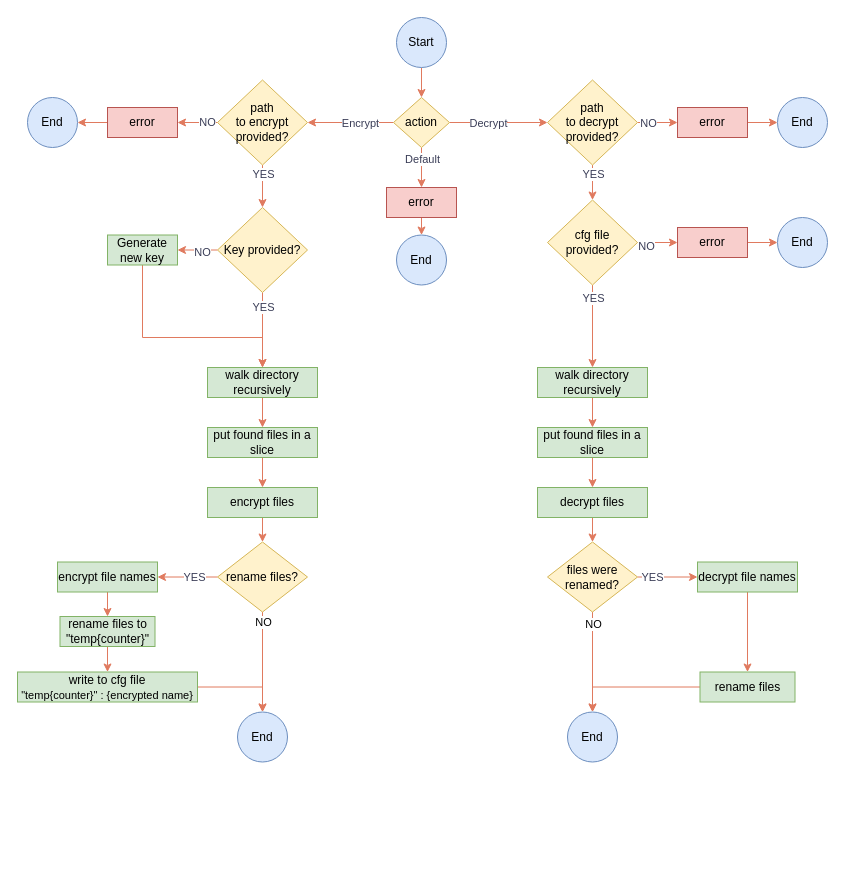
m3gakr4nus/NastySecrets keeps this draw.io diagram as docs/drawio/NastySecrets - Flow Chart.drawio. Above is the earlier version. Source tidied: cells renumbered, new cells numbered last; positions are measured from the earlier drawing's top-left corner, leaving out a move shared by most shapes. Both pictures are drawn from the tidied source at 100%, with x=0, y=0 at pixel (17, 17).
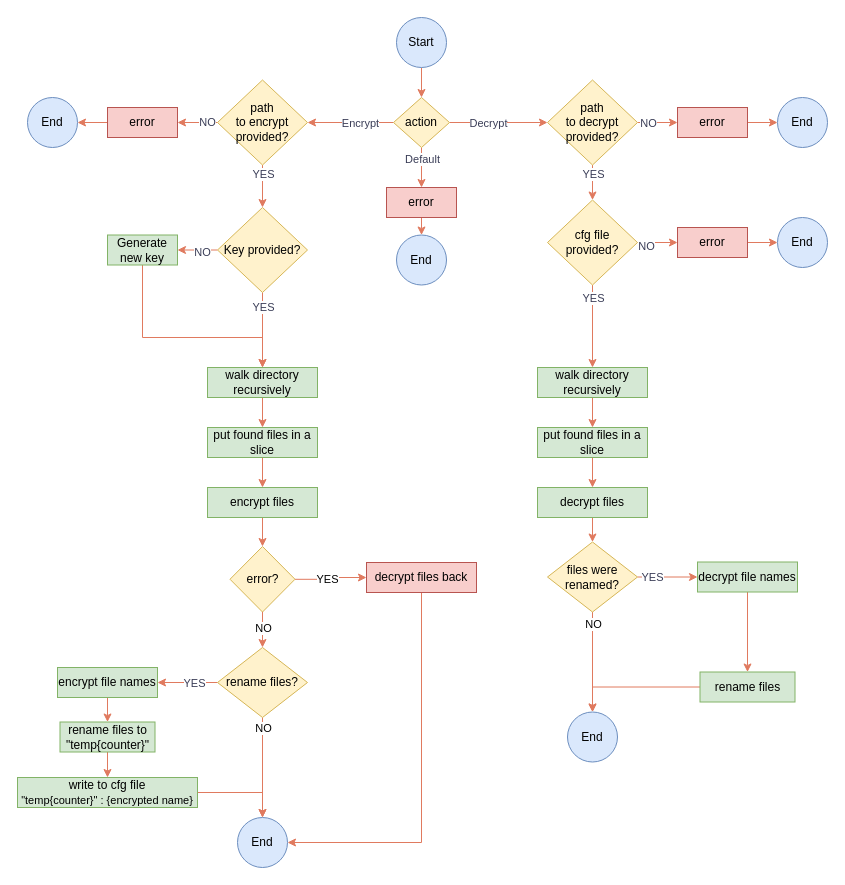
After the change.

Unchanged cells that the change refers to:
```xml
<mxCell id="45" value="encrypt files" style="rounded=0;whiteSpace=wrap;html=1;strokeColor=#82b366;fillColor=#d5e8d4;" parent="1" vertex="1">
  <mxGeometry x="190" y="470" width="110" height="30" as="geometry" />
</mxCell>
```

Change to the diagram source:
```diff
@@
     <mxCell id="37" value="rename files?" style="rhombus;whiteSpace=wrap;html=1;strokeColor=#d6b656;fillColor=#fff2cc;" parent="1" vertex="1">
-      <mxGeometry x="200" y="524.5" width="90" height="70" as="geometry" />
+      <mxGeometry x="200" y="630" width="90" height="70" as="geometry" />
     </mxCell>
@@
     <mxCell id="39" value="encrypt file names" style="rounded=0;whiteSpace=wrap;html=1;strokeColor=#82b366;fillColor=#d5e8d4;" parent="1" vertex="1">
-      <mxGeometry x="40" y="544.5" width="100" height="30" as="geometry" />
+      <mxGeometry x="40" y="650" width="100" height="30" as="geometry" />
     </mxCell>
@@
     <mxCell id="41" value="rename files to &quot;temp{counter}&quot;" style="rounded=0;whiteSpace=wrap;html=1;strokeColor=#82b366;fillColor=#d5e8d4;" parent="1" vertex="1">
-      <mxGeometry x="42.5" y="599" width="95" height="30" as="geometry" />
+      <mxGeometry x="42.5" y="704.5" width="95" height="30" as="geometry" />
     </mxCell>
@@
     <mxCell id="43" value="&lt;div&gt;write to cfg file&lt;/div&gt;&lt;div&gt;&lt;font style=&quot;font-size: 11px;&quot;&gt;&quot;temp{counter}&quot; : {encrypted name}&lt;/font&gt;&lt;br&gt;&lt;/div&gt;" style="rounded=0;whiteSpace=wrap;html=1;strokeColor=#82b366;fillColor=#d5e8d4;" parent="1" vertex="1">
-      <mxGeometry y="654.5" width="180" height="30" as="geometry" />
+      <mxGeometry y="760" width="180" height="30" as="geometry" />
     </mxCell>
-    <mxCell id="44" style="edgeStyle=orthogonalEdgeStyle;rounded=0;jettySize=auto;html=1;entryX=0.5;entryY=0;entryDx=0;entryDy=0;strokeColor=#E07A5F;" parent="1" edge="1" source="45" target="37">
-      <mxGeometry relative="1" as="geometry" />
-    </mxCell>
+    <mxCell id="79" style="edgeStyle=orthogonalEdgeStyle;rounded=0;jettySize=auto;html=1;entryX=0.5;entryY=0;entryDx=0;entryDy=0;strokeColor=#E07A5F;" parent="1" edge="1" source="45" target="84">
+      <mxGeometry relative="1" as="geometry" />
+    </mxCell>
@@
     <mxCell id="54" value="End" style="ellipse;whiteSpace=wrap;html=1;labelBackgroundColor=none;fillColor=#dae8fc;strokeColor=#6c8ebf;" parent="1" vertex="1">
-      <mxGeometry x="220" y="694.5" width="50" height="50" as="geometry" />
+      <mxGeometry x="220" y="800" width="50" height="50" as="geometry" />
     </mxCell>
@@
+    <mxCell id="80" style="edgeStyle=orthogonalEdgeStyle;rounded=0;jettySize=auto;html=1;entryX=0;entryY=0.5;entryDx=0;entryDy=0;strokeColor=#E07A5F;" parent="1" edge="1" source="84" target="86">
+      <mxGeometry relative="1" as="geometry" />
+    </mxCell>
+    <mxCell id="81" value="YES" style="edgeLabel;html=1;align=center;verticalAlign=middle;" parent="80" vertex="1">
+      <mxGeometry x="-0.14" relative="1" as="geometry" />
+    </mxCell>
+    <mxCell id="82" style="edgeStyle=orthogonalEdgeStyle;rounded=0;jettySize=auto;html=1;entryX=0.5;entryY=0;entryDx=0;entryDy=0;strokeColor=#E07A5F;" parent="1" edge="1" source="84" target="37">
+      <mxGeometry relative="1" as="geometry" />
+    </mxCell>
+    <mxCell id="83" value="NO" style="edgeLabel;html=1;align=center;verticalAlign=middle;" parent="82" vertex="1">
+      <mxGeometry x="0.18" y="2" relative="1" as="geometry">
+        <mxPoint x="-2" y="-1" as="offset" />
+      </mxGeometry>
+    </mxCell>
+    <mxCell id="84" value="error?" style="rhombus;whiteSpace=wrap;html=1;fillColor=#fff2cc;strokeColor=#d6b656;" parent="1" vertex="1">
+      <mxGeometry x="212.5" y="529" width="65" height="65.5" as="geometry" />
+    </mxCell>
+    <mxCell id="85" style="edgeStyle=orthogonalEdgeStyle;rounded=0;jettySize=auto;html=1;entryX=1;entryY=0.5;entryDx=0;entryDy=0;exitX=0.5;exitY=1;exitDx=0;exitDy=0;strokeColor=#E07A5F;" parent="1" edge="1" source="86" target="54">
+      <mxGeometry relative="1" as="geometry" />
+    </mxCell>
+    <mxCell id="86" value="decrypt files back" style="rounded=0;whiteSpace=wrap;html=1;strokeColor=#b85450;fillColor=#f8cecc;" parent="1" vertex="1">
+      <mxGeometry x="349" y="545" width="110" height="30" as="geometry" />
+    </mxCell>
```
